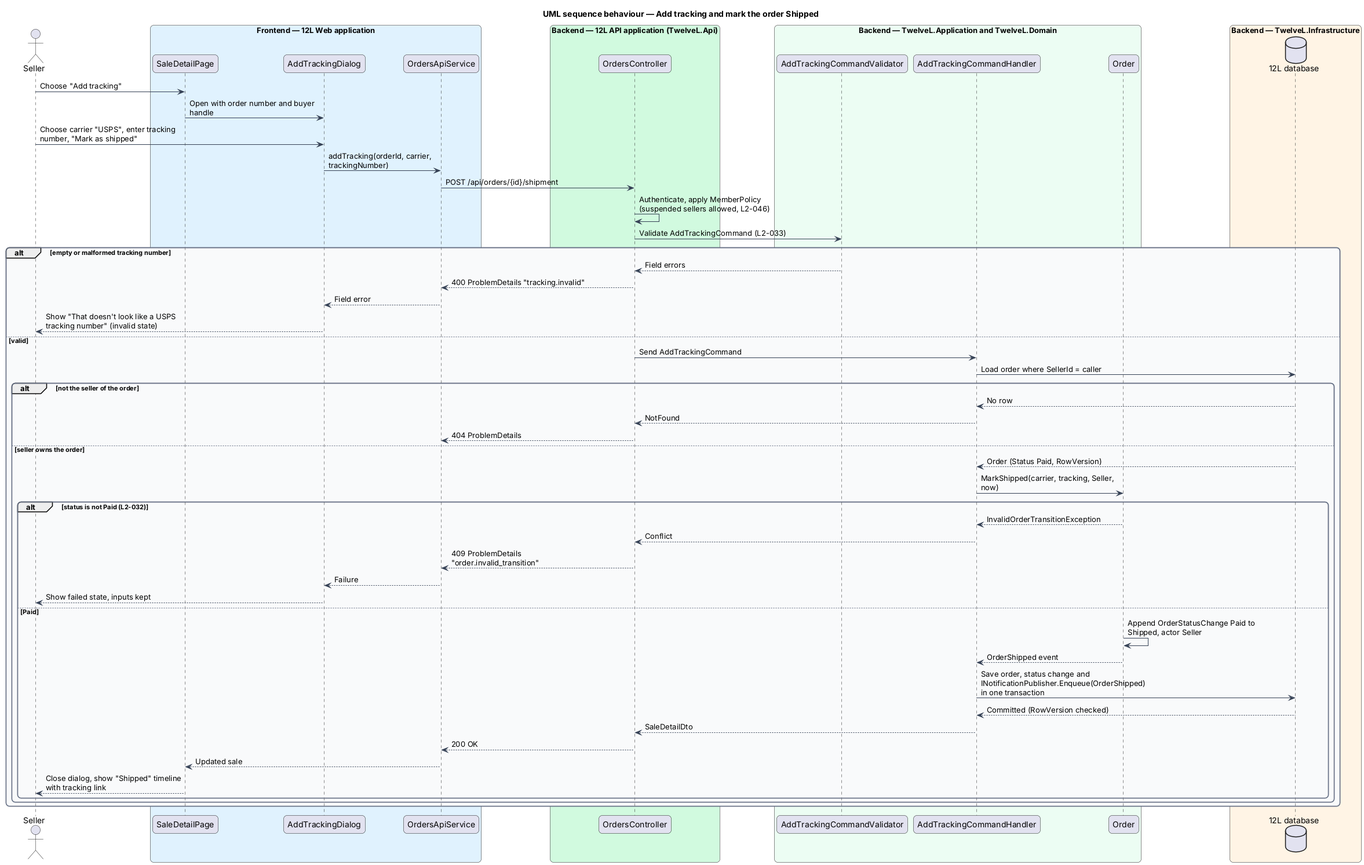
Before: docs/detailed-designs/orders/ship-order/diagrams/sequence-add-tracking.png, a diagram exported from PlantUML (QuinntyneBrown/12l).
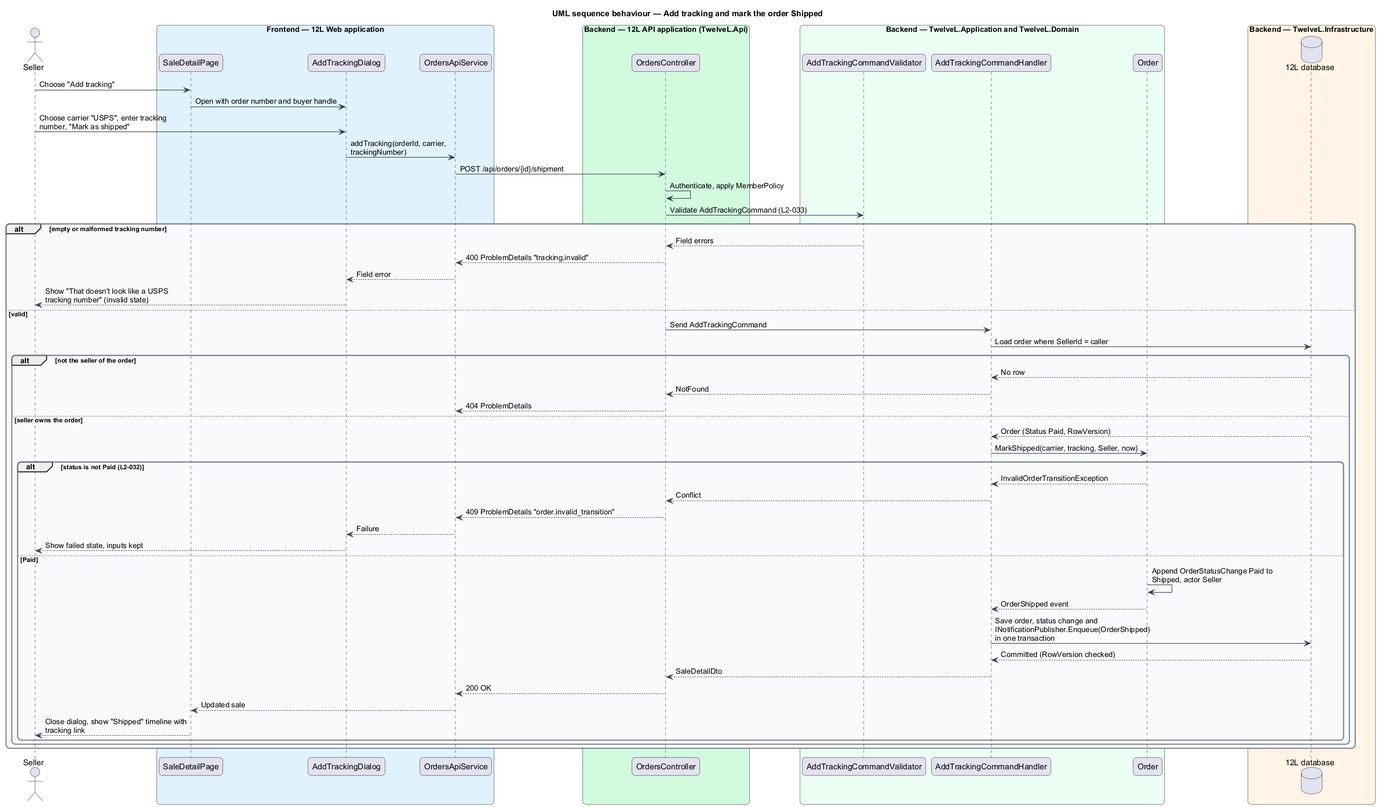
The same file after the commit.

Diff of the diagram source:
```diff
@@ -38,7 +38,7 @@
 actor -> dlg : Choose carrier "USPS", enter tracking number, "Mark as shipped"
 dlg -> client : addTracking(orderId, carrier, trackingNumber)
 client -> ctrl : POST /api/orders/{id}/shipment
-ctrl -> ctrl : Authenticate, apply MemberPolicy (suspended sellers allowed, L2-046)
+ctrl -> ctrl : Authenticate, apply MemberPolicy
 ctrl -> val : Validate AddTrackingCommand (L2-033)
 alt empty or malformed tracking number
   val --> ctrl : Field errors
```
